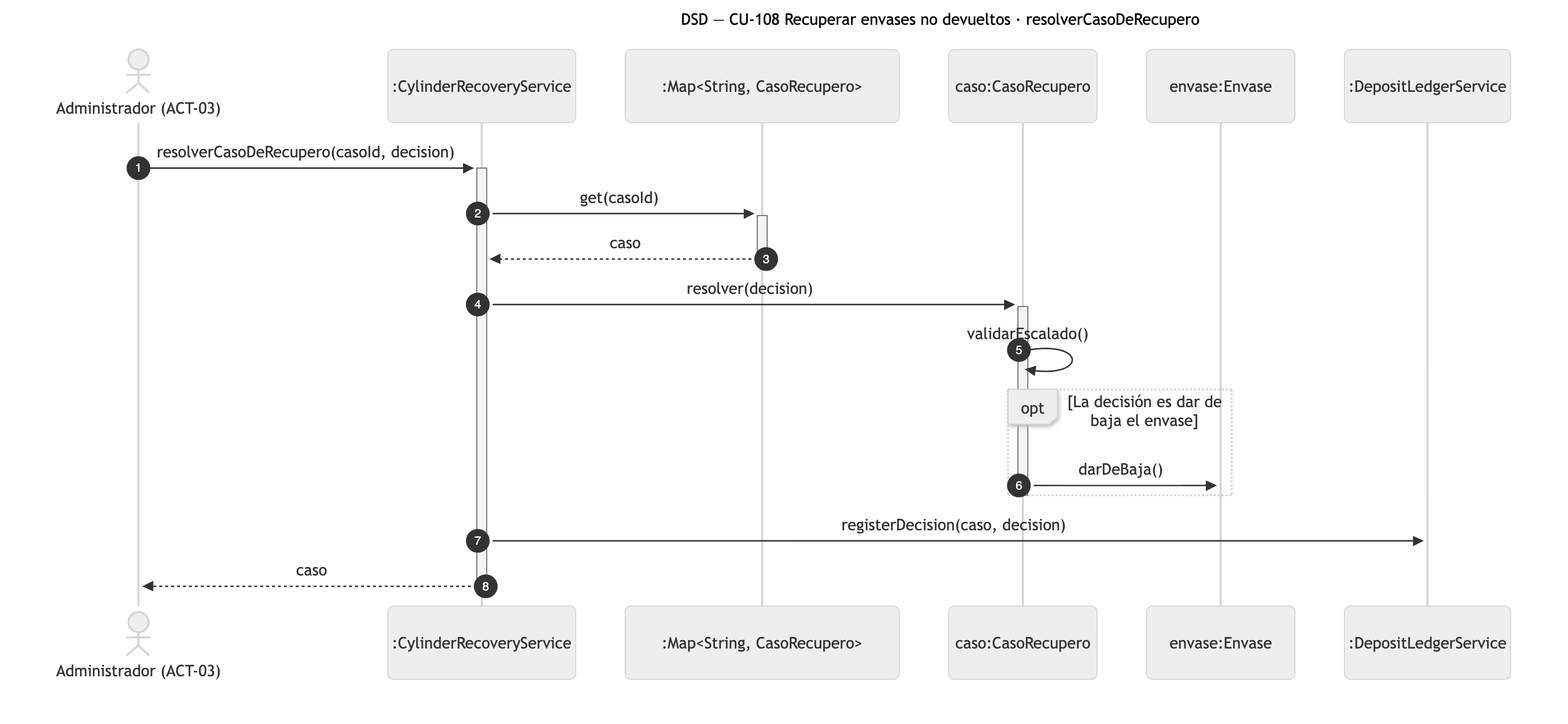
Before: diagramas/png/DSD_CU-108_resolverCasoDeRecupero.png, a diagram exported from Mermaid (Nahuelito-Dev/splg-docs). Its source is kept beside it as diagramas/DSD_CU-108_resolverCasoDeRecupero.mmd. The source it was exported from:
```mermaid
sequenceDiagram
    title DSD — CU-108 Recuperar envases no devueltos · resolverCasoDeRecupero
    autonumber
    actor ADM as Administrador (ACT-03)
    participant SRV as :CylinderRecoveryService
    participant COL as :Map#lt;String, CasoRecupero#gt;
    participant CAS as caso:CasoRecupero
    participant ENV as envase:Envase
    participant DEP as :DepositLedgerService

    ADM->>+SRV: resolverCasoDeRecupero(casoId, decision)
    SRV->>+COL: get(casoId)
    COL-->>-SRV: caso
    SRV->>+CAS: resolver(decision)
    CAS->>CAS: validarEscalado()
    opt La decisión es dar de baja el envase
        CAS->>ENV: darDeBaja()
    end
    deactivate CAS
    SRV->>DEP: registerDecision(caso, decision)
    SRV-->>-ADM: caso
```
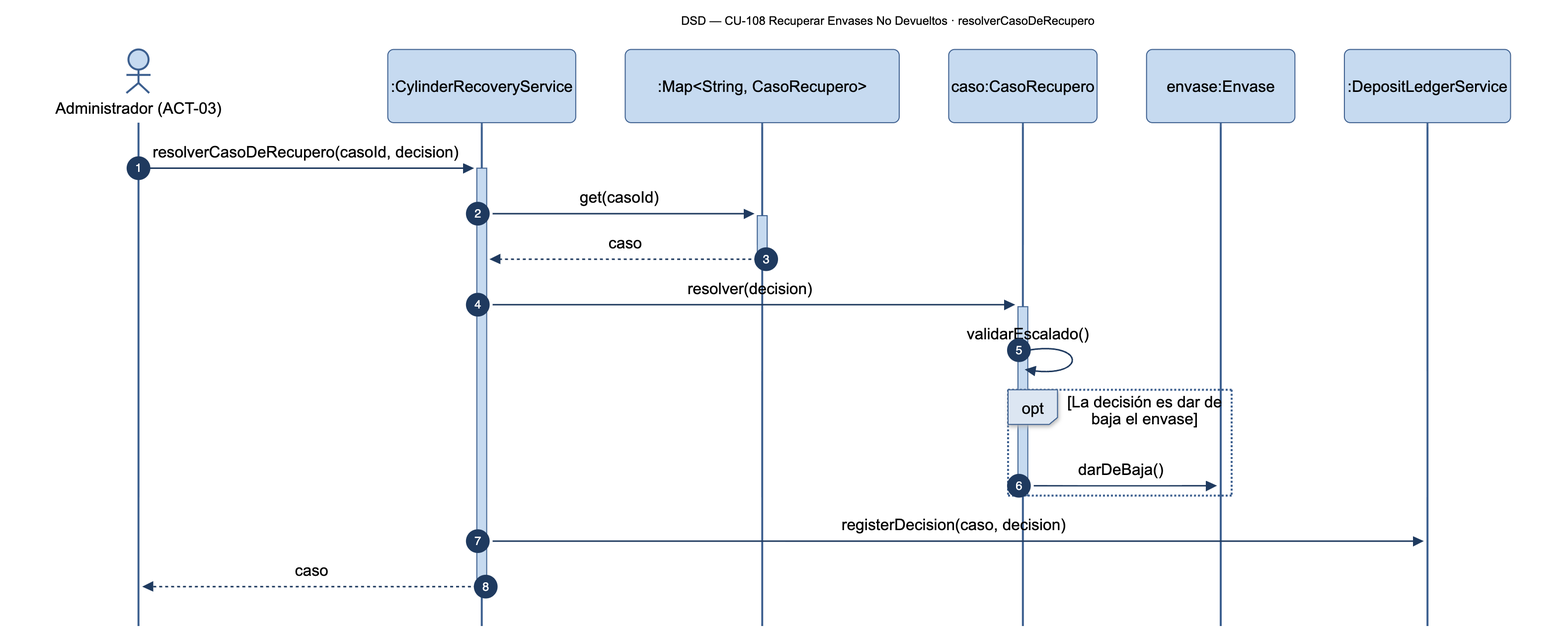
Later version of the same file.

The edit, as a diff of the source:
```diff
@@ -1,5 +1,5 @@
 sequenceDiagram
-    title DSD — CU-108 Recuperar envases no devueltos · resolverCasoDeRecupero
+    title DSD — CU-108 Recuperar Envases No Devueltos · resolverCasoDeRecupero
     autonumber
     actor ADM as Administrador (ACT-03)
     participant SRV as :CylinderRecoveryService
```
